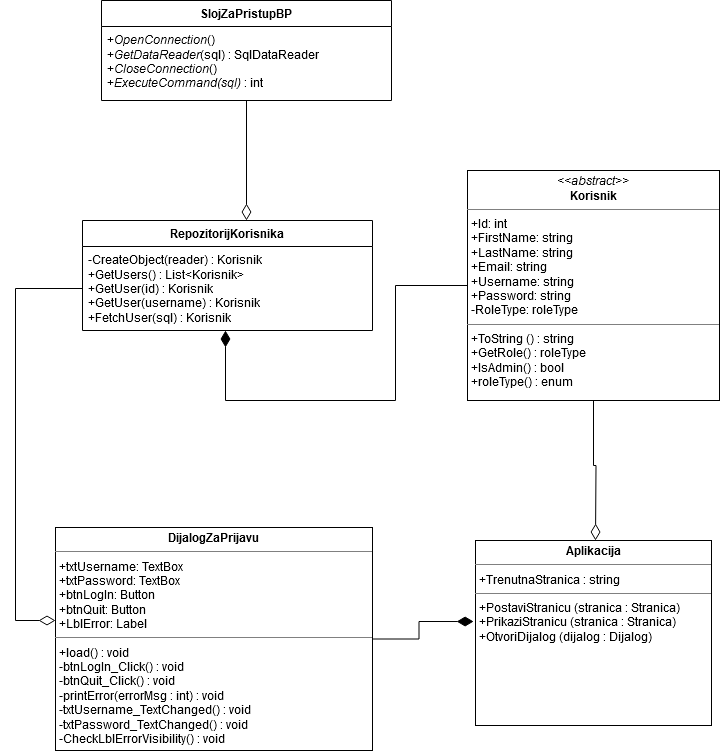
Earlier version of the draw.io export Documentation/klasa_login_new.drawio.png (xunillen2/LiveEnergy). Source tidied: cells renumbered, new cells last; positions are measured from the earlier drawing's top-left corner, leaving out a move shared by most shapes.
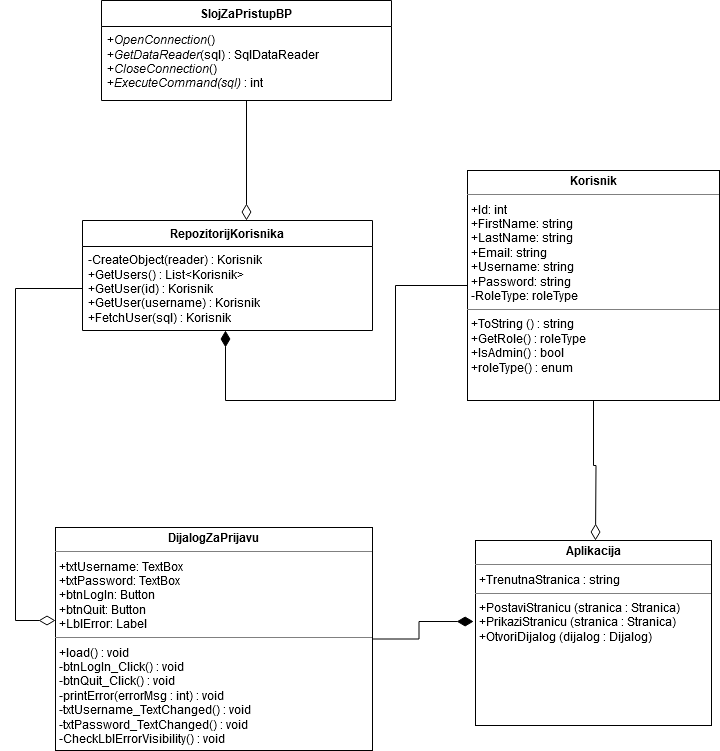
The same diagram one commit later.

The edit, as a diff of the source:
```diff
@@ -7,7 +7,7 @@
         <mxPoint x="580" y="540" as="targetPoint" />
       </mxGeometry>
     </mxCell>
-    <mxCell id="3" value="&lt;p style=&quot;margin:0px;margin-top:4px;text-align:center;&quot;&gt;&lt;i&gt;&amp;lt;&amp;lt;abstract&amp;gt;&amp;gt;&lt;/i&gt;&lt;br&gt;&lt;b&gt;Korisnik&lt;/b&gt;&lt;/p&gt;&lt;hr size=&quot;1&quot;&gt;&lt;p style=&quot;margin:0px;margin-left:4px;&quot;&gt;+Id: int&lt;br&gt;+FirstName: string&lt;/p&gt;&lt;p style=&quot;margin:0px;margin-left:4px;&quot;&gt;+LastName: string&lt;/p&gt;&lt;p style=&quot;margin:0px;margin-left:4px;&quot;&gt;+Email: string&lt;br&gt;&lt;/p&gt;&lt;p style=&quot;margin:0px;margin-left:4px;&quot;&gt;+Username: string&lt;/p&gt;&lt;p style=&quot;margin:0px;margin-left:4px;&quot;&gt;+Password: string&lt;/p&gt;&lt;p style=&quot;margin:0px;margin-left:4px;&quot;&gt;-RoleType: roleType&lt;br&gt;&lt;/p&gt;&lt;hr size=&quot;1&quot;&gt;&lt;p style=&quot;margin:0px;margin-left:4px;&quot;&gt;+ToString () : string&lt;/p&gt;&lt;p style=&quot;margin:0px;margin-left:4px;&quot;&gt;+GetRole() : roleType&lt;/p&gt;&lt;p style=&quot;margin:0px;margin-left:4px;&quot;&gt;+IsAdmin() : bool&lt;/p&gt;&lt;p style=&quot;margin:0px;margin-left:4px;&quot;&gt;+roleType() : enum&lt;br&gt;&lt;/p&gt;" style="verticalAlign=top;align=left;overflow=fill;fontSize=12;fontFamily=Helvetica;html=1;whiteSpace=wrap;" parent="1" vertex="1">
+    <mxCell id="3" value="&lt;p style=&quot;margin:0px;margin-top:4px;text-align:center;&quot;&gt;&lt;b&gt;Korisnik&lt;/b&gt;&lt;/p&gt;&lt;hr size=&quot;1&quot;&gt;&lt;p style=&quot;margin:0px;margin-left:4px;&quot;&gt;+Id: int&lt;br&gt;+FirstName: string&lt;/p&gt;&lt;p style=&quot;margin:0px;margin-left:4px;&quot;&gt;+LastName: string&lt;/p&gt;&lt;p style=&quot;margin:0px;margin-left:4px;&quot;&gt;+Email: string&lt;br&gt;&lt;/p&gt;&lt;p style=&quot;margin:0px;margin-left:4px;&quot;&gt;+Username: string&lt;/p&gt;&lt;p style=&quot;margin:0px;margin-left:4px;&quot;&gt;+Password: string&lt;/p&gt;&lt;p style=&quot;margin:0px;margin-left:4px;&quot;&gt;-RoleType: roleType&lt;br&gt;&lt;/p&gt;&lt;hr size=&quot;1&quot;&gt;&lt;p style=&quot;margin:0px;margin-left:4px;&quot;&gt;+ToString () : string&lt;/p&gt;&lt;p style=&quot;margin:0px;margin-left:4px;&quot;&gt;+GetRole() : roleType&lt;/p&gt;&lt;p style=&quot;margin:0px;margin-left:4px;&quot;&gt;+IsAdmin() : bool&lt;/p&gt;&lt;p style=&quot;margin:0px;margin-left:4px;&quot;&gt;+roleType() : enum&lt;br&gt;&lt;/p&gt;" style="verticalAlign=top;align=left;overflow=fill;fontSize=12;fontFamily=Helvetica;html=1;whiteSpace=wrap;" parent="1" vertex="1">
       <mxGeometry x="452" y="170" width="252" height="230" as="geometry" />
     </mxCell>
     <mxCell id="4" style="edgeStyle=orthogonalEdgeStyle;rounded=0;jettySize=auto;html=1;entryX=-0.008;entryY=0.438;entryDx=0;entryDy=0;entryPerimeter=0;endArrow=diamondThin;endFill=1;startSize=16;endSize=14;" parent="1" edge="1" source="5" target="12">
```
